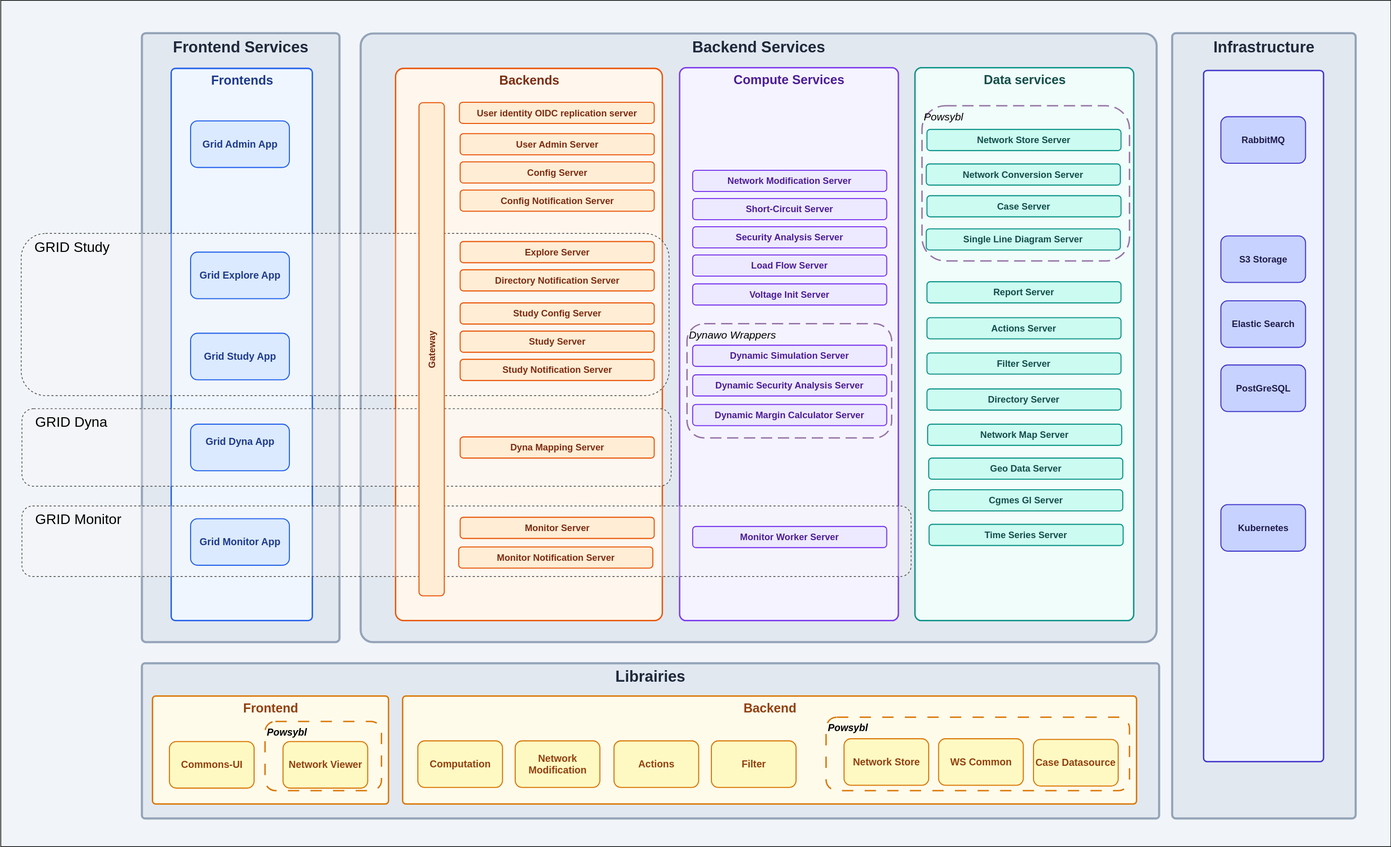
This is architecture/diagrams/BackendFrontend.drawio.svg from gridsuite/documentation, a draw.io export, as it was before one commit. Source tidied: cells renumbered, new cells last; positions are measured from the earlier drawing's top-left corner, leaving out a move shared by most shapes.
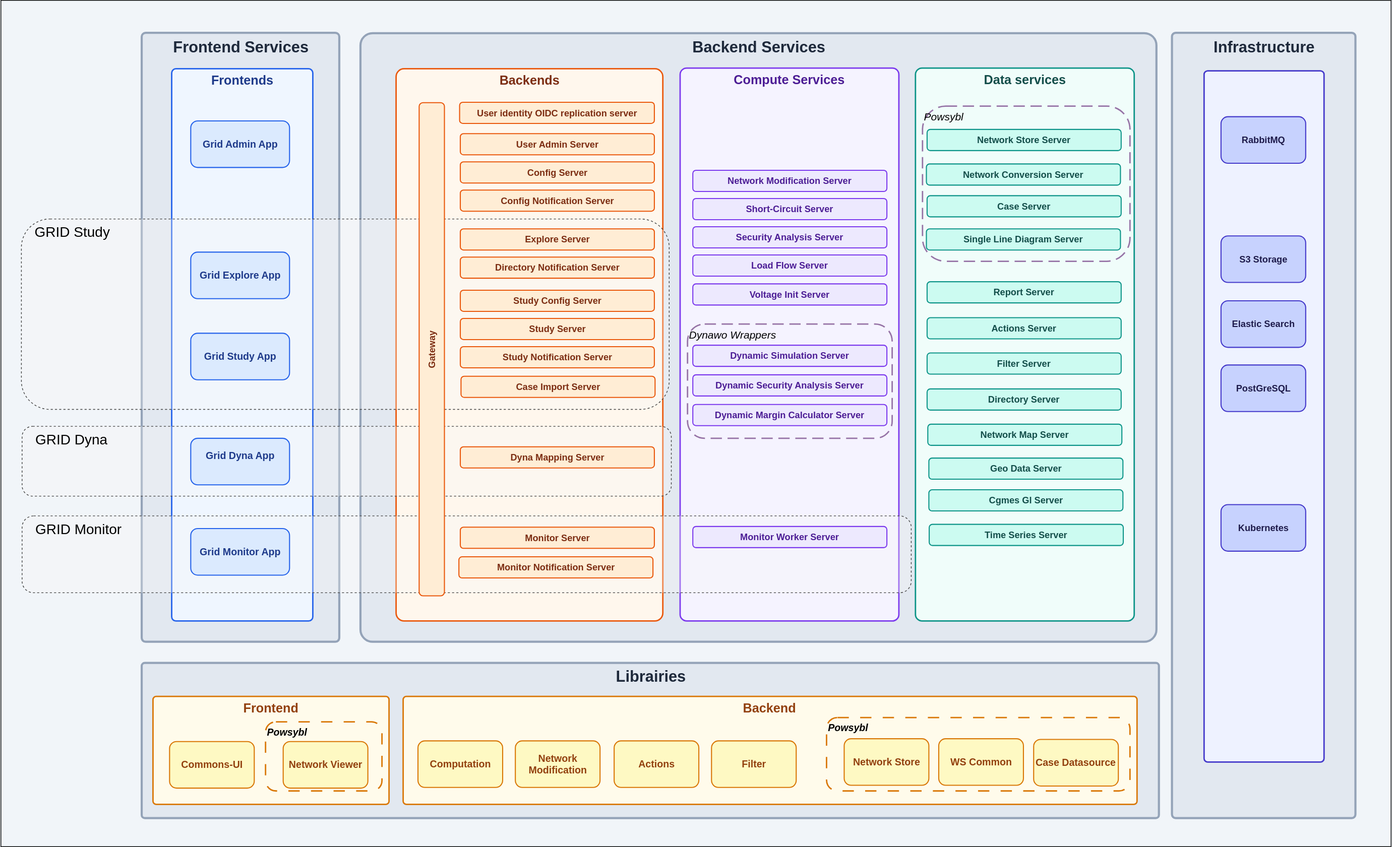
Later version of the same file.

Commit message:
Add case import server in microservices list and diagram (#51)

The edit, as a diff of the source:
```diff
@@ -30,22 +30,22 @@
       <mxGeometry x="242" y="97" width="200" height="783" as="geometry" />
     </mxCell>
     <mxCell id="11" value="&amp;nbsp; &amp;nbsp;GRID Dyna" style="rounded=1;whiteSpace=wrap;html=1;fillColor=#F5F5F54D;align=left;verticalAlign=top;fontSize=20;strokeWidth=1;strokeColor=light-dark(#404040,#FFFFFF);fontFamily=Helvetica;fontColor=default;dashed=1;gradientColor=none;" parent="1" vertex="1">
-      <mxGeometry x="30" y="579" width="920" height="110" as="geometry" />
+      <mxGeometry x="30" y="604" width="920" height="99" as="geometry" />
     </mxCell>
     <mxCell id="12" value="Grid Dyna App&lt;div&gt;&lt;br&gt;&lt;/div&gt;" style="rounded=1;whiteSpace=wrap;html=1;fontSize=14;fontStyle=1;fillColor=#DBEAFE;strokeColor=#2563EB;strokeWidth=1.5;fontColor=#1E3A8A;" parent="1" vertex="1">
-      <mxGeometry x="269" y="601" width="140" height="66" as="geometry" />
+      <mxGeometry x="269" y="621" width="140" height="66" as="geometry" />
     </mxCell>
     <mxCell id="13" value="Dyna Mapping Server" style="rounded=1;whiteSpace=wrap;html=1;fontSize=13;fontStyle=1;fillColor=#FFEDD5;strokeColor=#EA580C;strokeWidth=1.5;fontColor=#7C2D12;" parent="1" vertex="1">
-      <mxGeometry x="651" y="619" width="275" height="30" as="geometry" />
+      <mxGeometry x="651" y="633" width="275" height="30" as="geometry" />
     </mxCell>
     <mxCell id="14" value="User identity OIDC replication server" style="rounded=1;whiteSpace=wrap;html=1;fontSize=13;fontStyle=1;fillColor=#FFEDD5;strokeColor=#EA580C;strokeWidth=1.5;fontColor=#7C2D12;" parent="1" vertex="1">
       <mxGeometry x="650" y="144.5" width="276" height="30" as="geometry" />
     </mxCell>
     <mxCell id="15" value="   GRID Study " style="rounded=1;whiteSpace=wrap;html=1;fillColor=#F5F5F54D;align=left;verticalAlign=top;fontSize=20;strokeWidth=1;strokeColor=light-dark(#404040,#FFFFFF);gradientColor=none;dashed=1;" parent="1" vertex="1">
-      <mxGeometry x="29" y="330.5" width="918" height="230" as="geometry" />
+      <mxGeometry x="29" y="310" width="918" height="270" as="geometry" />
     </mxCell>
     <mxCell id="16" value="   GRID Monitor " style="rounded=1;whiteSpace=wrap;html=1;fillColor=#F5F5F54D;align=left;verticalAlign=top;fontSize=20;strokeWidth=1;strokeColor=light-dark(#404040,#FFFFFF);fontFamily=Helvetica;fontColor=default;dashed=1;gradientColor=none;" parent="1" vertex="1">
-      <mxGeometry x="30" y="717" width="1260" height="100" as="geometry" />
+      <mxGeometry x="30" y="731" width="1260" height="109" as="geometry" />
     </mxCell>
     <mxCell id="17" value="Powsybl" style="rounded=1;whiteSpace=wrap;html=1;align=left;verticalAlign=top;dashed=1;fillColor=none;strokeColor=light-dark(#9673a6, #7ea573);strokeWidth=2;dashPattern=8 4;fontSize=15;fontStyle=2;" parent="1" vertex="1">
       <mxGeometry x="1306" y="150" width="294" height="220" as="geometry" />
@@ -60,7 +60,7 @@
       <mxGeometry x="269" y="472" width="140" height="66" as="geometry" />
     </mxCell>
     <mxCell id="21" value="Grid Monitor App" style="rounded=1;whiteSpace=wrap;html=1;fontSize=14;fontStyle=1;fillColor=#DBEAFE;strokeColor=#2563EB;strokeWidth=1.5;fontColor=#1E3A8A;" parent="1" vertex="1">
-      <mxGeometry x="269" y="735" width="140" height="66" as="geometry" />
+      <mxGeometry x="269" y="749" width="140" height="66" as="geometry" />
     </mxCell>
     <mxCell id="22" value="User Admin Server" style="rounded=1;whiteSpace=wrap;html=1;fontSize=13;fontStyle=1;fillColor=#FFEDD5;strokeColor=#EA580C;strokeWidth=1.5;fontColor=#7C2D12;" parent="1" vertex="1">
       <mxGeometry x="651" y="189" width="275" height="30" as="geometry" />
@@ -72,22 +72,22 @@
       <mxGeometry x="651" y="269" width="275" height="30" as="geometry" />
     </mxCell>
     <mxCell id="25" value="Explore Server" style="rounded=1;whiteSpace=wrap;html=1;fontSize=13;fontStyle=1;fillColor=#FFEDD5;strokeColor=#EA580C;strokeWidth=1.5;fontColor=#7C2D12;" parent="1" vertex="1">
-      <mxGeometry x="651" y="342" width="275" height="30" as="geometry" />
+      <mxGeometry x="651" y="324" width="275" height="30" as="geometry" />
     </mxCell>
     <mxCell id="26" value="Directory Notification Server" style="rounded=1;whiteSpace=wrap;html=1;fontSize=13;fontStyle=1;fillColor=#FFEDD5;strokeColor=#EA580C;strokeWidth=1.5;fontColor=#7C2D12;" parent="1" vertex="1">
-      <mxGeometry x="651" y="382" width="275" height="30" as="geometry" />
+      <mxGeometry x="651" y="364" width="275" height="30" as="geometry" />
     </mxCell>
     <mxCell id="27" value="Study Config Server" style="rounded=1;whiteSpace=wrap;html=1;fontSize=13;fontStyle=1;fillColor=#FFEDD5;strokeColor=#EA580C;strokeWidth=1.5;fontColor=#7C2D12;" parent="1" vertex="1">
-      <mxGeometry x="651" y="429" width="275" height="30" as="geometry" />
+      <mxGeometry x="651" y="411" width="275" height="30" as="geometry" />
     </mxCell>
     <mxCell id="28" value="Study Server" style="rounded=1;whiteSpace=wrap;html=1;fontSize=13;fontStyle=1;fillColor=#FFEDD5;strokeColor=#EA580C;strokeWidth=1.5;fontColor=#7C2D12;" parent="1" vertex="1">
-      <mxGeometry x="651" y="469" width="275" height="30" as="geometry" />
+      <mxGeometry x="651" y="451" width="275" height="30" as="geometry" />
     </mxCell>
     <mxCell id="29" value="Study Notification Server" style="rounded=1;whiteSpace=wrap;html=1;fontSize=13;fontStyle=1;fillColor=#FFEDD5;strokeColor=#EA580C;strokeWidth=1.5;fontColor=#7C2D12;" parent="1" vertex="1">
-      <mxGeometry x="651" y="509" width="275" height="30" as="geometry" />
+      <mxGeometry x="651" y="491" width="275" height="30" as="geometry" />
     </mxCell>
     <mxCell id="30" value="Monitor Server" style="rounded=1;whiteSpace=wrap;html=1;fontSize=13;fontStyle=1;fillColor=#FFEDD5;strokeColor=#EA580C;strokeWidth=1.5;fontColor=#7C2D12;" parent="1" vertex="1">
-      <mxGeometry x="651" y="733" width="275" height="30" as="geometry" />
+      <mxGeometry x="651" y="747" width="275" height="30" as="geometry" />
     </mxCell>
     <mxCell id="31" value="Single Line Diagram Server" style="rounded=1;whiteSpace=wrap;html=1;fontSize=13;fontStyle=1;fillColor=#CCFBF1;strokeColor=#0D9488;strokeWidth=1.5;fontColor=#134E4A;align=center;verticalAlign=middle;fontFamily=Helvetica;" parent="1" vertex="1">
       <mxGeometry x="1311.5" y="324" width="275" height="30" as="geometry" />
@@ -201,7 +201,7 @@
       <mxGeometry x="1315.5" y="743" width="275" height="30" as="geometry" />
     </mxCell>
     <mxCell id="68" value="Monitor Notification Server" style="rounded=1;whiteSpace=wrap;html=1;fontSize=13;fontStyle=1;fillColor=#FFEDD5;strokeColor=#EA580C;strokeWidth=1.5;fontColor=#7C2D12;" parent="1" vertex="1">
-      <mxGeometry x="649" y="775" width="275" height="30" as="geometry" />
+      <mxGeometry x="649" y="789" width="275" height="30" as="geometry" />
     </mxCell>
     <mxCell id="69" value="WS Common" style="rounded=1;whiteSpace=wrap;html=1;fontSize=14;fontStyle=1;fillColor=#FEF9C3;strokeColor=#D97706;strokeWidth=1.5;fontColor=#92400E;" parent="1" vertex="1">
       <mxGeometry x="1329" y="1047" width="120" height="66" as="geometry" />
@@ -218,5 +218,8 @@
     <mxCell id="73" value="Network Viewer" style="whiteSpace=wrap;html=1;fontSize=14;fillColor=#FEF9C3;strokeColor=#D97706;fontColor=#92400E;rounded=1;fontStyle=1;strokeWidth=1.5;" parent="1" vertex="1">
       <mxGeometry x="400" y="1051" width="120" height="66" as="geometry" />
     </mxCell>
+    <mxCell id="74" value="Case Import Server" style="rounded=1;whiteSpace=wrap;html=1;fontSize=13;fontStyle=1;fillColor=#FFEDD5;strokeColor=#EA580C;strokeWidth=1.5;fontColor=#7C2D12;" parent="1" vertex="1">
+      <mxGeometry x="652" y="533" width="275" height="30" as="geometry" />
+    </mxCell>
   </root>
 </mxGraphModel>
```
